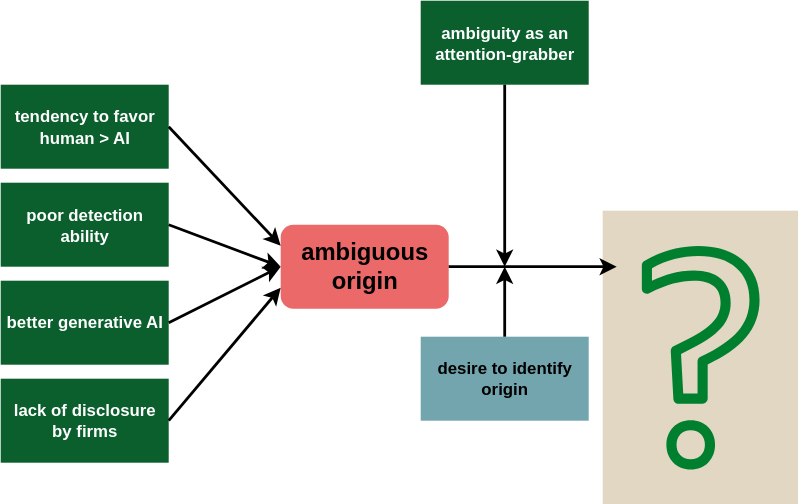
Above: docs/images/graphical_summary_question.svg in saboustocker/slides (draw.io), before the change. Source tidied: cells renumbered, new cells last; positions are measured from the earlier drawing's top-left corner, leaving out a move shared by most shapes.
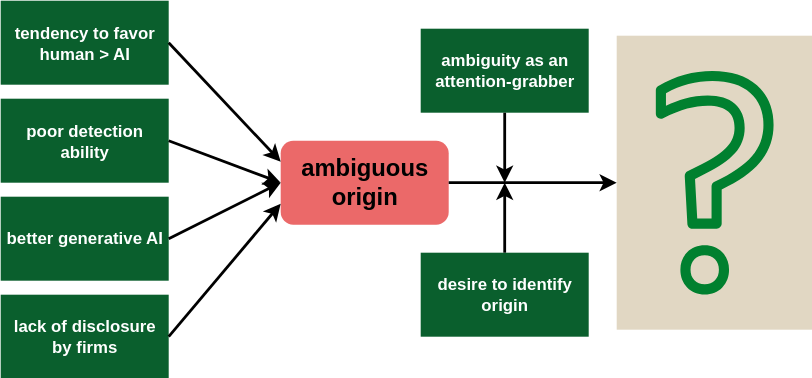
After the change.

Change to the diagram source:
```diff
@@ -3,7 +3,7 @@
     <mxCell id="0" />
     <mxCell id="1" parent="0" />
     <mxCell id="2" style="rounded=0;whiteSpace=wrap;html=1;fillColor=#e1d7c3;strokeColor=none;" parent="1" vertex="1">
-      <mxGeometry x="430" y="150" width="140" height="210" as="geometry" />
+      <mxGeometry x="440" y="85" width="140" height="210" as="geometry" />
     </mxCell>
     <mxCell id="3" value="&lt;span&gt;ambiguous origin&lt;/span&gt;" style="rounded=1;whiteSpace=wrap;html=1;fillColor=#eb6969;strokeColor=none;fontStyle=1;fontSize=17;strokeWidth=4;" parent="1" vertex="1">
       <mxGeometry x="200" y="160" width="120" height="60" as="geometry" />
@@ -38,7 +38,7 @@
       <mxGeometry relative="1" as="geometry" />
     </mxCell>
     <mxCell id="13" value="ambiguity as an attention-grabber" style="rounded=0;whiteSpace=wrap;html=1;fillColor=#0a5f2d;strokeColor=none;fontColor=#FFFFFF;fontStyle=1;" parent="1" vertex="1">
-      <mxGeometry x="300" width="120" height="60" as="geometry" />
+      <mxGeometry x="300" y="80" width="120" height="60" as="geometry" />
     </mxCell>
     <mxCell id="14" style="endArrow=classic;html=1;rounded=0;exitX=0.5;exitY=1;exitDx=0;exitDy=0;strokeWidth=2;" parent="1" edge="1" source="13">
       <mxGeometry relative="1" as="geometry">
@@ -46,9 +46,9 @@
       </mxGeometry>
     </mxCell>
     <mxCell id="15" style="sketch=0;fillColor=#00802f;strokeColor=none;dashed=0;verticalLabelPosition=bottom;verticalAlign=top;align=center;html=1;fontSize=12;fontStyle=0;shape=mxgraph.aws4.question;" parent="1" vertex="1">
-      <mxGeometry x="457.9" y="175" width="84.1" height="160" as="geometry" />
+      <mxGeometry x="467.9" y="110" width="84.1" height="160" as="geometry" />
     </mxCell>
-    <mxCell id="16" value="desire to identify origin" style="rounded=0;whiteSpace=wrap;html=1;fillColor=#73a5af;strokeColor=none;fontStyle=1;" parent="1" vertex="1">
+    <mxCell id="16" value="desire to identify origin" style="rounded=0;whiteSpace=wrap;html=1;fillColor=#0a5f2d;strokeColor=none;fontStyle=1;fontColor=#FFFFFF;" parent="1" vertex="1">
       <mxGeometry x="300" y="240" width="120" height="60" as="geometry" />
     </mxCell>
     <mxCell id="17" style="endArrow=classic;html=1;rounded=0;exitX=0.5;exitY=0;exitDx=0;exitDy=0;strokeWidth=2;" parent="1" edge="1" source="16">
```
